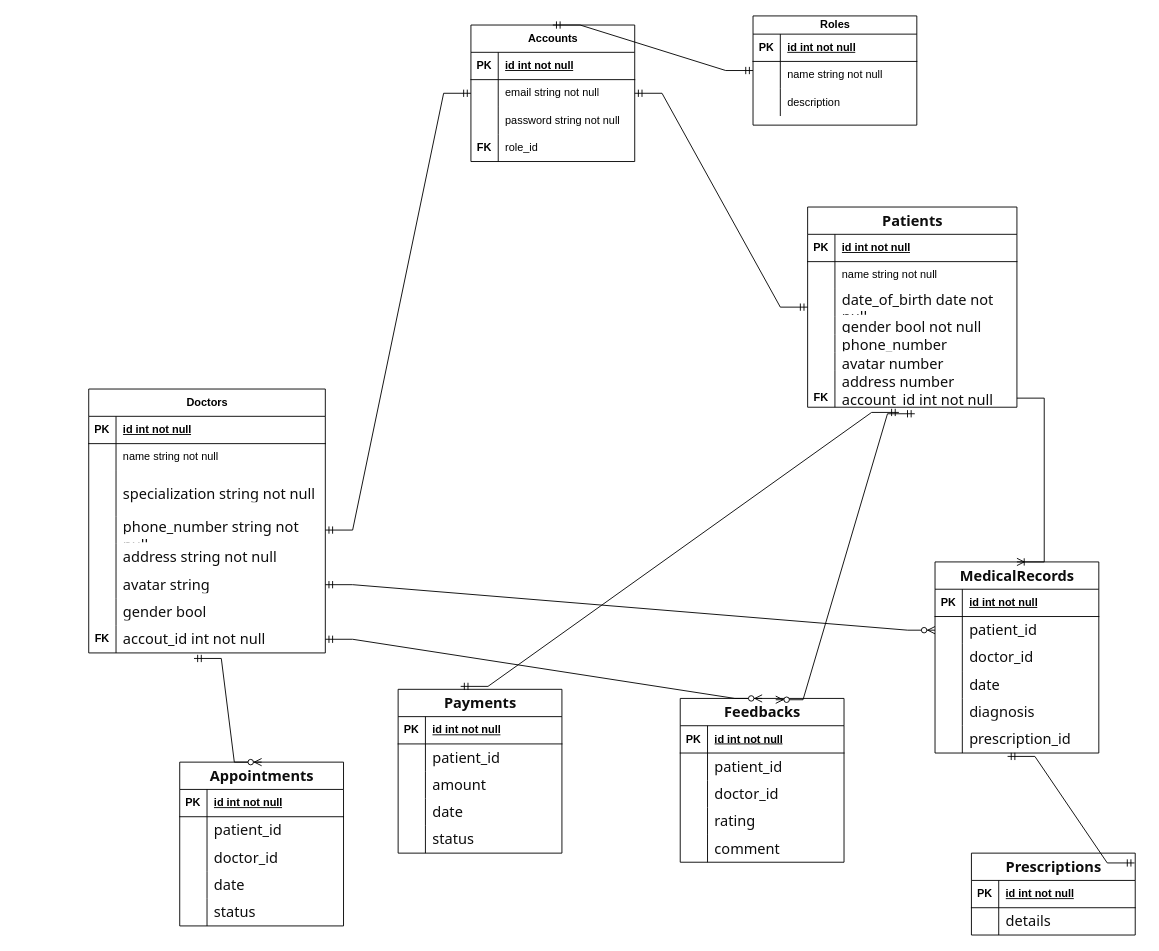
Earlier version of the draw.io diagram ERM_Online_Doctor_Appointment.drawio (NgocTruong0701/backend_online_doctor_appointment). Source tidied: cells renumbered, new cells numbered last; positions are measured from the earlier drawing's top-left corner, leaving out a move shared by most shapes. Both pictures are drawn from the tidied source at 91%, with x=0, y=0 at pixel (-21, 15).
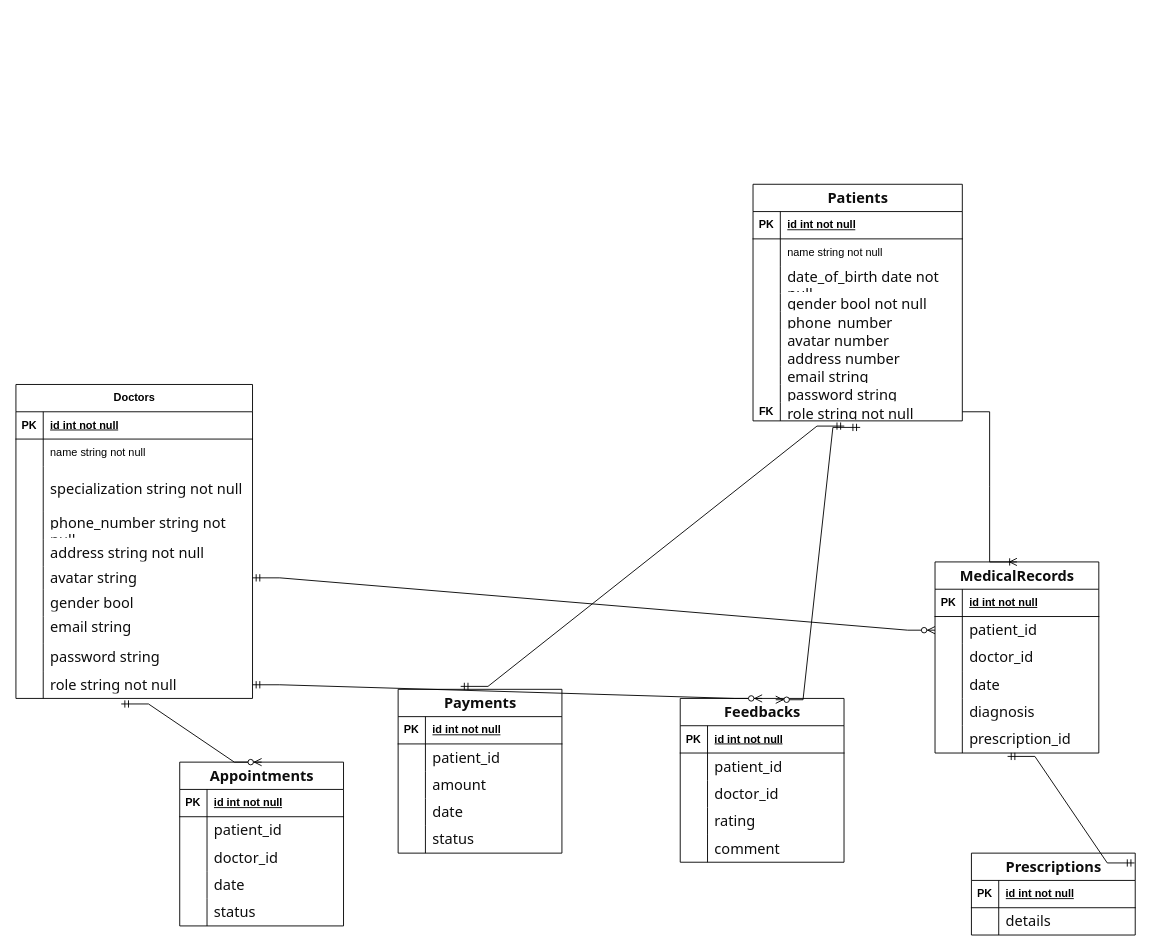
Above is the later version.

Unchanged cells that the change refers to:
```xml
<mxCell id="36" style="shape=tableRow;horizontal=0;startSize=0;swimlaneHead=0;swimlaneBody=0;fillColor=none;points=[[0,0.5],[1,0.5]];portConstraint=eastwest;top=0;left=0;right=0;bottom=0;" parent="26" vertex="1">
  <mxGeometry y="140" width="260" height="30" as="geometry" />
</mxCell>
```

Diff of the diagram source:
```diff
@@
-    <mxCell id="2" value="Accounts" style="shape=table;startSize=30;childLayout=tableLayout;rowLines=0;fontStyle=1;align=center;html=1;" parent="1" vertex="1">
-      <mxGeometry x="540" y="10" width="180" height="150" as="geometry" />
-    </mxCell>
-    <mxCell id="3" style="shape=tableRow;horizontal=0;startSize=0;swimlaneHead=0;swimlaneBody=0;fillColor=none;top=0;left=0;right=0;bottom=1;" parent="2" vertex="1">
-      <mxGeometry y="30" width="180" height="30" as="geometry" />
-    </mxCell>
-    <mxCell id="4" value="PK" style="shape=partialRectangle;fillColor=none;top=0;left=0;bottom=0;right=0;fontStyle=1;overflow=hidden;whiteSpace=wrap;html=1;" parent="3" vertex="1">
-      <mxGeometry width="30" height="30" as="geometry" />
-    </mxCell>
-    <mxCell id="5" value="id int not null" style="shape=partialRectangle;fillColor=none;top=0;left=0;bottom=0;right=0;align=left;spacingLeft=6;fontStyle=5;overflow=hidden;whiteSpace=wrap;html=1;" parent="3" vertex="1">
-      <mxGeometry x="30" width="150" height="30" as="geometry" />
-    </mxCell>
-    <mxCell id="6" style="shape=tableRow;horizontal=0;startSize=0;swimlaneHead=0;swimlaneBody=0;fillColor=none;top=0;left=0;right=0;bottom=0;" parent="2" vertex="1">
-      <mxGeometry y="60" width="180" height="30" as="geometry" />
-    </mxCell>
-    <mxCell id="7" style="shape=partialRectangle;fillColor=none;top=0;left=0;bottom=0;right=0;overflow=hidden;whiteSpace=wrap;html=1;" parent="6" vertex="1">
-      <mxGeometry width="30" height="30" as="geometry" />
-    </mxCell>
-    <mxCell id="8" value="email string not null" style="shape=partialRectangle;fillColor=none;top=0;left=0;bottom=0;right=0;align=left;spacingLeft=6;overflow=hidden;whiteSpace=wrap;html=1;" parent="6" vertex="1">
-      <mxGeometry x="30" width="150" height="30" as="geometry" />
-    </mxCell>
-    <mxCell id="9" style="shape=tableRow;horizontal=0;startSize=0;swimlaneHead=0;swimlaneBody=0;fillColor=none;top=0;left=0;right=0;bottom=0;" parent="2" vertex="1">
-      <mxGeometry y="90" width="180" height="30" as="geometry" />
-    </mxCell>
-    <mxCell id="10" style="shape=partialRectangle;fillColor=none;top=0;left=0;bottom=0;right=0;overflow=hidden;whiteSpace=wrap;html=1;" parent="9" vertex="1">
-      <mxGeometry width="30" height="30" as="geometry" />
-    </mxCell>
-    <mxCell id="11" value="password string not null" style="shape=partialRectangle;fillColor=none;top=0;left=0;bottom=0;right=0;align=left;spacingLeft=6;overflow=hidden;whiteSpace=wrap;html=1;" parent="9" vertex="1">
-      <mxGeometry x="30" width="150" height="30" as="geometry" />
-    </mxCell>
-    <mxCell id="12" style="shape=tableRow;horizontal=0;startSize=0;swimlaneHead=0;swimlaneBody=0;fillColor=none;top=0;left=0;right=0;bottom=0;" parent="2" vertex="1">
-      <mxGeometry y="120" width="180" height="30" as="geometry" />
-    </mxCell>
-    <mxCell id="13" value="&lt;b&gt;FK&lt;/b&gt;" style="shape=partialRectangle;fillColor=none;top=0;left=0;bottom=0;right=0;overflow=hidden;whiteSpace=wrap;html=1;" parent="12" vertex="1">
-      <mxGeometry width="30" height="30" as="geometry" />
-    </mxCell>
-    <mxCell id="14" value="role_id" style="shape=partialRectangle;fillColor=none;top=0;left=0;bottom=0;right=0;align=left;spacingLeft=6;overflow=hidden;whiteSpace=wrap;html=1;" parent="12" vertex="1">
-      <mxGeometry x="30" width="150" height="30" as="geometry" />
-    </mxCell>
-    <mxCell id="15" value="Roles" style="shape=table;startSize=20;childLayout=tableLayout;rowLines=0;fontStyle=1;align=center;html=1;" parent="1" vertex="1">
-      <mxGeometry x="850" width="180" height="120" as="geometry" />
-    </mxCell>
-    <mxCell id="16" style="shape=tableRow;horizontal=0;startSize=0;swimlaneHead=0;swimlaneBody=0;fillColor=none;top=0;left=0;right=0;bottom=1;" parent="15" vertex="1">
-      <mxGeometry y="20" width="180" height="30" as="geometry" />
-    </mxCell>
-    <mxCell id="17" value="PK" style="shape=partialRectangle;fillColor=none;top=0;left=0;bottom=0;right=0;fontStyle=1;overflow=hidden;whiteSpace=wrap;html=1;" parent="16" vertex="1">
-      <mxGeometry width="30" height="30" as="geometry" />
-    </mxCell>
-    <mxCell id="18" value="id int not null" style="shape=partialRectangle;fillColor=none;top=0;left=0;bottom=0;right=0;align=left;spacingLeft=6;fontStyle=5;overflow=hidden;whiteSpace=wrap;html=1;" parent="16" vertex="1">
-      <mxGeometry x="30" width="150" height="30" as="geometry" />
-    </mxCell>
-    <mxCell id="19" style="shape=tableRow;horizontal=0;startSize=0;swimlaneHead=0;swimlaneBody=0;fillColor=none;top=0;left=0;right=0;bottom=0;" parent="15" vertex="1">
-      <mxGeometry y="50" width="180" height="30" as="geometry" />
-    </mxCell>
-    <mxCell id="20" style="shape=partialRectangle;fillColor=none;top=0;left=0;bottom=0;right=0;overflow=hidden;whiteSpace=wrap;html=1;" parent="19" vertex="1">
-      <mxGeometry width="30" height="30" as="geometry" />
-    </mxCell>
-    <mxCell id="21" value="name string not null" style="shape=partialRectangle;fillColor=none;top=0;left=0;bottom=0;right=0;align=left;spacingLeft=6;overflow=hidden;whiteSpace=wrap;html=1;" parent="19" vertex="1">
-      <mxGeometry x="30" width="150" height="30" as="geometry" />
-    </mxCell>
-    <mxCell id="22" style="shape=tableRow;horizontal=0;startSize=0;swimlaneHead=0;swimlaneBody=0;fillColor=none;top=0;left=0;right=0;bottom=0;" parent="15" vertex="1">
-      <mxGeometry y="80" width="180" height="30" as="geometry" />
-    </mxCell>
-    <mxCell id="23" style="shape=partialRectangle;fillColor=none;top=0;left=0;bottom=0;right=0;overflow=hidden;whiteSpace=wrap;html=1;" parent="22" vertex="1">
-      <mxGeometry width="30" height="30" as="geometry" />
-    </mxCell>
-    <mxCell id="24" value="description" style="shape=partialRectangle;fillColor=none;top=0;left=0;bottom=0;right=0;align=left;spacingLeft=6;overflow=hidden;whiteSpace=wrap;html=1;" parent="22" vertex="1">
-      <mxGeometry x="30" width="150" height="30" as="geometry" />
-    </mxCell>
-    <mxCell id="25" style="edgeStyle=entityRelationEdgeStyle;fontSize=12;html=1;endArrow=ERmandOne;startArrow=ERmandOne;rounded=0;exitX=0.5;exitY=0;exitDx=0;exitDy=0;" parent="1" edge="1" source="2" target="15">
-      <mxGeometry relative="1" as="geometry" />
-    </mxCell>
     <mxCell id="26" value="Doctors" style="shape=table;startSize=30;childLayout=tableLayout;rowLines=0;fontStyle=1;align=center;html=1;" parent="1" vertex="1">
-      <mxGeometry x="120" y="410" width="260" height="290" as="geometry" />
+      <mxGeometry x="40" y="405" width="260" height="345" as="geometry" />
     </mxCell>
@@
     <mxCell id="42" style="shape=tableRow;horizontal=0;startSize=0;swimlaneHead=0;swimlaneBody=0;fillColor=none;points=[[0,0.5],[1,0.5]];portConstraint=eastwest;top=0;left=0;right=0;bottom=0;" parent="26" vertex="1">
-      <mxGeometry y="200" width="260" height="30" as="geometry" />
+      <mxGeometry y="200" width="260" height="25" as="geometry" />
     </mxCell>
     <mxCell id="43" style="shape=partialRectangle;fillColor=none;top=0;left=0;bottom=0;right=0;overflow=hidden;whiteSpace=wrap;html=1;" parent="42" vertex="1">
-      <mxGeometry width="30" height="30" as="geometry" />
+      <mxGeometry width="30" height="25" as="geometry" />
     </mxCell>
     <mxCell id="44" value="&lt;font face=&quot;Söhne, ui-sans-serif, system-ui, -apple-system, Segoe UI, Roboto, Ubuntu, Cantarell, Noto Sans, sans-serif, Helvetica Neue, Arial, Apple Color Emoji, Segoe UI Emoji, Segoe UI Symbol, Noto Color Emoji&quot; color=&quot;#0d0d0d&quot;&gt;&lt;span style=&quot;font-size: 16px; white-space-collapse: preserve; background-color: rgb(255, 255, 255);&quot;&gt;avatar string&lt;/span&gt;&lt;/font&gt;" style="shape=partialRectangle;fillColor=none;top=0;left=0;bottom=0;right=0;align=left;spacingLeft=6;overflow=hidden;whiteSpace=wrap;html=1;" parent="42" vertex="1">
-      <mxGeometry x="30" width="230" height="30" as="geometry" />
+      <mxGeometry x="30" width="230" height="25" as="geometry" />
     </mxCell>
     <mxCell id="45" style="shape=tableRow;horizontal=0;startSize=0;swimlaneHead=0;swimlaneBody=0;fillColor=none;top=0;left=0;right=0;bottom=0;" parent="26" vertex="1">
-      <mxGeometry y="230" width="260" height="30" as="geometry" />
+      <mxGeometry y="225" width="260" height="30" as="geometry" />
     </mxCell>
@@
+    <mxCell id="159" style="shape=tableRow;horizontal=0;startSize=0;swimlaneHead=0;swimlaneBody=0;fillColor=none;top=0;left=0;right=0;bottom=0;" parent="26" vertex="1">
+      <mxGeometry y="255" width="260" height="30" as="geometry" />
+    </mxCell>
+    <mxCell id="160" style="shape=partialRectangle;fillColor=none;top=0;left=0;bottom=0;right=0;overflow=hidden;whiteSpace=wrap;html=1;" parent="159" vertex="1">
+      <mxGeometry width="30" height="30" as="geometry" />
+    </mxCell>
+    <mxCell id="161" value="&lt;font face=&quot;Söhne, ui-sans-serif, system-ui, -apple-system, Segoe UI, Roboto, Ubuntu, Cantarell, Noto Sans, sans-serif, Helvetica Neue, Arial, Apple Color Emoji, Segoe UI Emoji, Segoe UI Symbol, Noto Color Emoji&quot; color=&quot;#0d0d0d&quot;&gt;&lt;span style=&quot;font-size: 16px; white-space-collapse: preserve; background-color: rgb(255, 255, 255);&quot;&gt;email string&lt;/span&gt;&lt;/font&gt;&lt;div&gt;&lt;font face=&quot;Söhne, ui-sans-serif, system-ui, -apple-system, Segoe UI, Roboto, Ubuntu, Cantarell, Noto Sans, sans-serif, Helvetica Neue, Arial, Apple Color Emoji, Segoe UI Emoji, Segoe UI Symbol, Noto Color Emoji&quot; color=&quot;#0d0d0d&quot;&gt;&lt;span style=&quot;font-size: 16px; white-space-collapse: preserve; background-color: rgb(255, 255, 255);&quot;&gt;&lt;span style=&quot;white-space: pre;&quot;&gt;&#9;&lt;/span&gt;&lt;br&gt;&lt;/span&gt;&lt;/font&gt;&lt;/div&gt;" style="shape=partialRectangle;fillColor=none;top=0;left=0;bottom=0;right=0;align=left;spacingLeft=6;overflow=hidden;whiteSpace=wrap;html=1;" parent="159" vertex="1">
+      <mxGeometry x="30" width="230" height="30" as="geometry" />
+    </mxCell>
+    <mxCell id="162" style="shape=tableRow;horizontal=0;startSize=0;swimlaneHead=0;swimlaneBody=0;fillColor=none;top=0;left=0;right=0;bottom=0;" parent="26" vertex="1">
+      <mxGeometry y="285" width="260" height="30" as="geometry" />
+    </mxCell>
+    <mxCell id="163" style="shape=partialRectangle;fillColor=none;top=0;left=0;bottom=0;right=0;overflow=hidden;whiteSpace=wrap;html=1;" parent="162" vertex="1">
+      <mxGeometry width="30" height="30" as="geometry" />
+    </mxCell>
+    <mxCell id="164" value="&lt;font face=&quot;Söhne, ui-sans-serif, system-ui, -apple-system, Segoe UI, Roboto, Ubuntu, Cantarell, Noto Sans, sans-serif, Helvetica Neue, Arial, Apple Color Emoji, Segoe UI Emoji, Segoe UI Symbol, Noto Color Emoji&quot; color=&quot;#0d0d0d&quot;&gt;&lt;span style=&quot;font-size: 16px; white-space-collapse: preserve; background-color: rgb(255, 255, 255);&quot;&gt;password string&lt;/span&gt;&lt;/font&gt;" style="shape=partialRectangle;fillColor=none;top=0;left=0;bottom=0;right=0;align=left;spacingLeft=6;overflow=hidden;whiteSpace=wrap;html=1;" parent="162" vertex="1">
+      <mxGeometry x="30" width="230" height="30" as="geometry" />
+    </mxCell>
     <mxCell id="48" style="shape=tableRow;horizontal=0;startSize=0;swimlaneHead=0;swimlaneBody=0;fillColor=none;points=[[0,0.5],[1,0.5]];portConstraint=eastwest;top=0;left=0;right=0;bottom=0;" parent="26" vertex="1">
-      <mxGeometry y="260" width="260" height="30" as="geometry" />
+      <mxGeometry y="315" width="260" height="30" as="geometry" />
     </mxCell>
-    <mxCell id="49" value="FK" style="shape=partialRectangle;fillColor=none;top=0;left=0;bottom=0;right=0;overflow=hidden;whiteSpace=wrap;html=1;fontStyle=1;" parent="48" vertex="1">
+    <mxCell id="49" style="shape=partialRectangle;fillColor=none;top=0;left=0;bottom=0;right=0;overflow=hidden;whiteSpace=wrap;html=1;fontStyle=1;" parent="48" vertex="1">
       <mxGeometry width="30" height="30" as="geometry" />
     </mxCell>
-    <mxCell id="50" value="&lt;font face=&quot;Söhne, ui-sans-serif, system-ui, -apple-system, Segoe UI, Roboto, Ubuntu, Cantarell, Noto Sans, sans-serif, Helvetica Neue, Arial, Apple Color Emoji, Segoe UI Emoji, Segoe UI Symbol, Noto Color Emoji&quot; color=&quot;#0d0d0d&quot;&gt;&lt;span style=&quot;font-size: 16px; white-space-collapse: preserve; background-color: rgb(255, 255, 255);&quot;&gt;accout_id int not null&lt;/span&gt;&lt;/font&gt;" style="shape=partialRectangle;fillColor=none;top=0;left=0;bottom=0;right=0;align=left;spacingLeft=6;overflow=hidden;whiteSpace=wrap;html=1;" parent="48" vertex="1">
+    <mxCell id="50" value="&lt;font face=&quot;Söhne, ui-sans-serif, system-ui, -apple-system, Segoe UI, Roboto, Ubuntu, Cantarell, Noto Sans, sans-serif, Helvetica Neue, Arial, Apple Color Emoji, Segoe UI Emoji, Segoe UI Symbol, Noto Color Emoji&quot; color=&quot;#0d0d0d&quot;&gt;&lt;span style=&quot;font-size: 16px; white-space-collapse: preserve; background-color: rgb(255, 255, 255);&quot;&gt;role string not null&lt;/span&gt;&lt;/font&gt;" style="shape=partialRectangle;fillColor=none;top=0;left=0;bottom=0;right=0;align=left;spacingLeft=6;overflow=hidden;whiteSpace=wrap;html=1;" parent="48" vertex="1">
       <mxGeometry x="30" width="230" height="30" as="geometry" />
     </mxCell>
-    <mxCell id="51" style="edgeStyle=entityRelationEdgeStyle;fontSize=12;html=1;endArrow=ERmandOne;startArrow=ERmandOne;rounded=0;exitX=1;exitY=0.5;exitDx=0;exitDy=0;" parent="1" edge="1" source="36" target="2">
-      <mxGeometry relative="1" as="geometry" />
-    </mxCell>
     <mxCell id="52" value="&lt;div style=&quot;text-align: left;&quot;&gt;&lt;font face=&quot;Söhne, ui-sans-serif, system-ui, -apple-system, Segoe UI, Roboto, Ubuntu, Cantarell, Noto Sans, sans-serif, Helvetica Neue, Arial, Apple Color Emoji, Segoe UI Emoji, Segoe UI Symbol, Noto Color Emoji&quot; color=&quot;#0d0d0d&quot;&gt;&lt;span style=&quot;font-size: 16px; white-space: pre-wrap; background-color: rgb(255, 255, 255);&quot;&gt;Patients&lt;/span&gt;&lt;/font&gt;&lt;/div&gt;" style="shape=table;startSize=30;childLayout=tableLayout;rowLines=0;fontStyle=1;align=center;html=1;" parent="1" vertex="1">
-      <mxGeometry x="910" y="210" width="230" height="220" as="geometry" />
+      <mxGeometry x="850" y="185" width="230" height="260" as="geometry" />
     </mxCell>
@@
+    <mxCell id="165" style="shape=tableRow;horizontal=0;startSize=0;swimlaneHead=0;swimlaneBody=0;fillColor=none;top=0;left=0;right=0;bottom=0;" parent="52" vertex="1">
+      <mxGeometry y="200" width="230" height="20" as="geometry" />
+    </mxCell>
+    <mxCell id="166" style="shape=partialRectangle;fillColor=none;top=0;left=0;bottom=0;right=0;overflow=hidden;whiteSpace=wrap;html=1;" parent="165" vertex="1">
+      <mxGeometry width="30" height="20" as="geometry" />
+    </mxCell>
+    <mxCell id="167" value="&lt;font face=&quot;Söhne, ui-sans-serif, system-ui, -apple-system, Segoe UI, Roboto, Ubuntu, Cantarell, Noto Sans, sans-serif, Helvetica Neue, Arial, Apple Color Emoji, Segoe UI Emoji, Segoe UI Symbol, Noto Color Emoji&quot; color=&quot;#0d0d0d&quot;&gt;&lt;span style=&quot;font-size: 16px; white-space-collapse: preserve; background-color: rgb(255, 255, 255);&quot;&gt;email string&lt;/span&gt;&lt;/font&gt;" style="shape=partialRectangle;fillColor=none;top=0;left=0;bottom=0;right=0;align=left;spacingLeft=6;overflow=hidden;whiteSpace=wrap;html=1;" parent="165" vertex="1">
+      <mxGeometry x="30" width="200" height="20" as="geometry" />
+    </mxCell>
+    <mxCell id="168" style="shape=tableRow;horizontal=0;startSize=0;swimlaneHead=0;swimlaneBody=0;fillColor=none;top=0;left=0;right=0;bottom=0;" parent="52" vertex="1">
+      <mxGeometry y="220" width="230" height="20" as="geometry" />
+    </mxCell>
+    <mxCell id="169" style="shape=partialRectangle;fillColor=none;top=0;left=0;bottom=0;right=0;overflow=hidden;whiteSpace=wrap;html=1;" parent="168" vertex="1">
+      <mxGeometry width="30" height="20" as="geometry" />
+    </mxCell>
+    <mxCell id="170" value="&lt;span style=&quot;color: rgb(13, 13, 13); font-family: Söhne, ui-sans-serif, system-ui, -apple-system, &amp;quot;Segoe UI&amp;quot;, Roboto, Ubuntu, Cantarell, &amp;quot;Noto Sans&amp;quot;, sans-serif, &amp;quot;Helvetica Neue&amp;quot;, Arial, &amp;quot;Apple Color Emoji&amp;quot;, &amp;quot;Segoe UI Emoji&amp;quot;, &amp;quot;Segoe UI Symbol&amp;quot;, &amp;quot;Noto Color Emoji&amp;quot;; font-size: 16px; white-space-collapse: preserve; background-color: rgb(255, 255, 255);&quot;&gt;password string&lt;/span&gt;" style="shape=partialRectangle;fillColor=none;top=0;left=0;bottom=0;right=0;align=left;spacingLeft=6;overflow=hidden;whiteSpace=wrap;html=1;" parent="168" vertex="1">
+      <mxGeometry x="30" width="200" height="20" as="geometry" />
+    </mxCell>
     <mxCell id="74" style="shape=tableRow;horizontal=0;startSize=0;swimlaneHead=0;swimlaneBody=0;fillColor=none;points=[[0,0.5],[1,0.5]];portConstraint=eastwest;top=0;left=0;right=0;bottom=0;" parent="52" vertex="1">
-      <mxGeometry y="200" width="230" height="20" as="geometry" />
+      <mxGeometry y="240" width="230" height="20" as="geometry" />
     </mxCell>
@@
-    <mxCell id="76" value="&lt;font face=&quot;Söhne, ui-sans-serif, system-ui, -apple-system, Segoe UI, Roboto, Ubuntu, Cantarell, Noto Sans, sans-serif, Helvetica Neue, Arial, Apple Color Emoji, Segoe UI Emoji, Segoe UI Symbol, Noto Color Emoji&quot; color=&quot;#0d0d0d&quot;&gt;&lt;span style=&quot;font-size: 16px; white-space-collapse: preserve; background-color: rgb(255, 255, 255);&quot;&gt;account_id int not null&lt;/span&gt;&lt;/font&gt;" style="shape=partialRectangle;fillColor=none;top=0;left=0;bottom=0;right=0;align=left;spacingLeft=6;overflow=hidden;whiteSpace=wrap;html=1;" parent="74" vertex="1">
+    <mxCell id="76" value="&lt;font face=&quot;Söhne, ui-sans-serif, system-ui, -apple-system, Segoe UI, Roboto, Ubuntu, Cantarell, Noto Sans, sans-serif, Helvetica Neue, Arial, Apple Color Emoji, Segoe UI Emoji, Segoe UI Symbol, Noto Color Emoji&quot; color=&quot;#0d0d0d&quot;&gt;&lt;span style=&quot;font-size: 16px; white-space-collapse: preserve; background-color: rgb(255, 255, 255);&quot;&gt;role string not&lt;/span&gt;&lt;/font&gt;&lt;span style=&quot;background-color: rgb(255, 255, 255); font-size: 16px; white-space-collapse: preserve; color: rgb(13, 13, 13); font-family: Söhne, ui-sans-serif, system-ui, -apple-system, &amp;quot;Segoe UI&amp;quot;, Roboto, Ubuntu, Cantarell, &amp;quot;Noto Sans&amp;quot;, sans-serif, &amp;quot;Helvetica Neue&amp;quot;, Arial, &amp;quot;Apple Color Emoji&amp;quot;, &amp;quot;Segoe UI Emoji&amp;quot;, &amp;quot;Segoe UI Symbol&amp;quot;, &amp;quot;Noto Color Emoji&amp;quot;;&quot;&gt; null&lt;/span&gt;" style="shape=partialRectangle;fillColor=none;top=0;left=0;bottom=0;right=0;align=left;spacingLeft=6;overflow=hidden;whiteSpace=wrap;html=1;" parent="74" vertex="1">
       <mxGeometry x="30" width="200" height="20" as="geometry" />
     </mxCell>
-    <mxCell id="77" style="edgeStyle=entityRelationEdgeStyle;fontSize=12;html=1;endArrow=ERmandOne;startArrow=ERmandOne;rounded=0;" parent="1" edge="1" source="2" target="52">
-      <mxGeometry relative="1" as="geometry" />
-    </mxCell>
```
